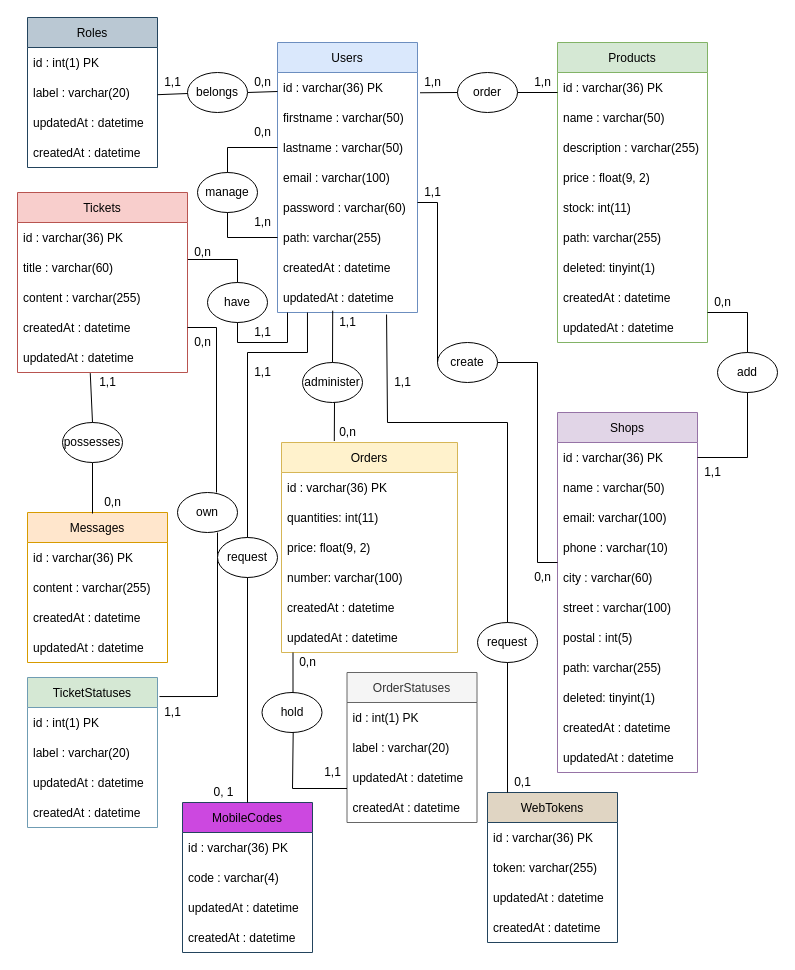
The draw.io diagram Diagrammes/MCD.drawio in KadenHD/DragNReceive_General, before the edit. Source tidied: cells renumbered, new cells numbered last; positions are measured from the earlier drawing's top-left corner, leaving out a move shared by most shapes. Both pictures are drawn from the tidied source at 100%, with x=0, y=0 at pixel (17, 17).
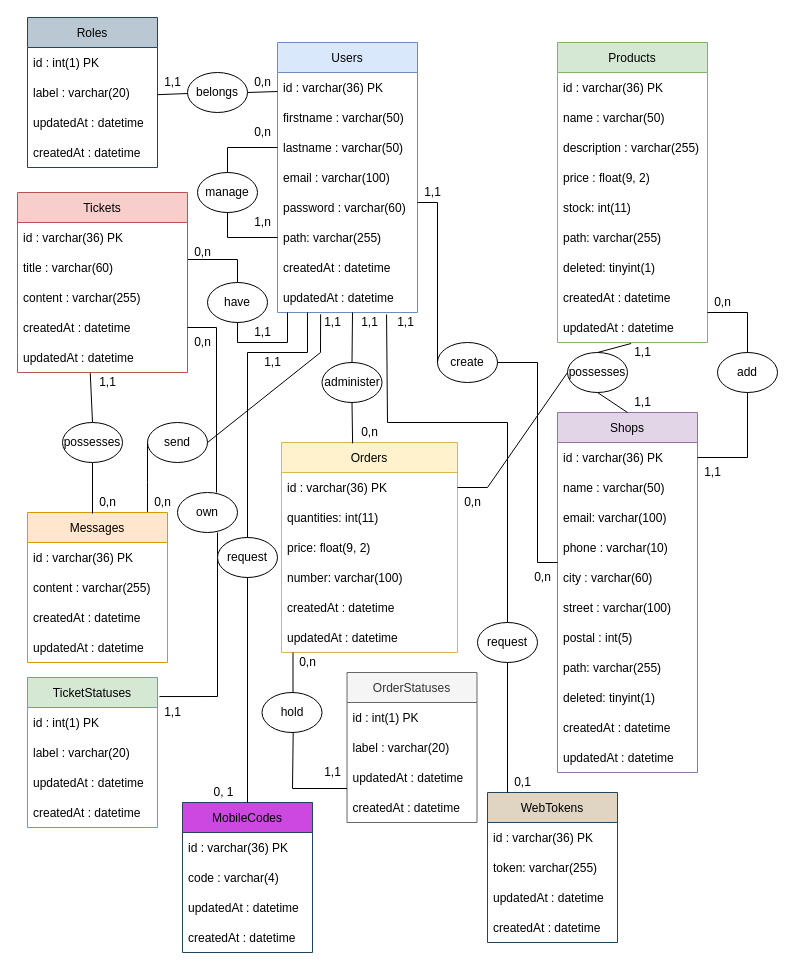
The same diagram, later.

The change refers to these unchanged cells:
```xml
<mxCell id="3" value="id : varchar(36) PK" style="text;strokeColor=none;fillColor=none;align=left;verticalAlign=middle;spacingLeft=4;spacingRight=4;overflow=hidden;points=[[0,0.5],[1,0.5]];portConstraint=eastwest;" parent="2" vertex="1">
  <mxGeometry y="30" width="140" height="30" as="geometry" />
</mxCell>
<mxCell id="10" value="updatedAt : datetime" style="text;strokeColor=none;fillColor=none;align=left;verticalAlign=middle;spacingLeft=4;spacingRight=4;overflow=hidden;points=[[0,0.5],[1,0.5]];portConstraint=eastwest;" parent="2" vertex="1">
  <mxGeometry y="240" width="140" height="30" as="geometry" />
</mxCell>
<mxCell id="23" value="Messages" style="swimlane;fontStyle=0;horizontal=1;startSize=30;fillColor=#ffe6cc;strokeColor=#d79b00;" parent="1" vertex="1">
  <mxGeometry x="10" y="495" width="140" height="150" as="geometry" />
</mxCell>
<mxCell id="28" value="Shops" style="swimlane;fontStyle=0;horizontal=1;startSize=30;fillColor=#e1d5e7;strokeColor=#9673a6;" parent="1" vertex="1">
  <mxGeometry x="540" y="395" width="140" height="360" as="geometry" />
</mxCell>
<mxCell id="49" value="updatedAt : datetime" style="text;strokeColor=none;fillColor=none;align=left;verticalAlign=middle;spacingLeft=4;spacingRight=4;overflow=hidden;points=[[0,0.5],[1,0.5]];portConstraint=eastwest;" parent="40" vertex="1">
  <mxGeometry y="270" width="150" height="30" as="geometry" />
</mxCell>
<mxCell id="83" value="Orders" style="swimlane;fontStyle=0;horizontal=1;startSize=30;fillColor=#fff2cc;strokeColor=#d6b656;" parent="1" vertex="1">
  <mxGeometry x="264" y="425" width="176" height="210" as="geometry" />
</mxCell>
<mxCell id="84" value="id : varchar(36) PK" style="text;strokeColor=none;fillColor=none;align=left;verticalAlign=middle;spacingLeft=4;spacingRight=4;overflow=hidden;points=[[0,0.5],[1,0.5]];portConstraint=eastwest;" parent="83" vertex="1">
  <mxGeometry y="30" width="176" height="30" as="geometry" />
</mxCell>
```

What changed in the source:
```diff
@@
     <mxCell id="56" value="0,n" style="text;html=1;align=center;verticalAlign=middle;strokeColor=none;fillColor=none;" parent="1" vertex="1">
-      <mxGeometry x="80" y="475" width="30" height="20" as="geometry" />
+      <mxGeometry x="75" y="475" width="30" height="20" as="geometry" />
     </mxCell>
@@
-    <mxCell id="67" value="order" style="ellipse;whiteSpace=wrap;html=1;" parent="1" vertex="1">
-      <mxGeometry x="440" y="55" width="60" height="40" as="geometry" />
-    </mxCell>
-    <mxCell id="68" style="endArrow=none;html=1;rounded=0;exitX=1;exitY=0.5;exitDx=0;exitDy=0;" parent="1" edge="1" source="67">
-      <mxGeometry relative="1" as="geometry">
-        <mxPoint x="540" y="75" as="targetPoint" />
-      </mxGeometry>
-    </mxCell>
-    <mxCell id="69" style="endArrow=none;html=1;rounded=0;exitX=1.018;exitY=0.676;exitDx=0;exitDy=0;entryX=0;entryY=0.5;entryDx=0;entryDy=0;exitPerimeter=0;" parent="1" edge="1" source="3" target="67">
-      <mxGeometry relative="1" as="geometry" />
-    </mxCell>
-    <mxCell id="70" value="1,n" style="text;html=1;align=center;verticalAlign=middle;strokeColor=none;fillColor=none;" parent="1" vertex="1">
-      <mxGeometry x="510" y="55" width="30" height="20" as="geometry" />
-    </mxCell>
-    <mxCell id="71" value="1,n" style="text;html=1;align=center;verticalAlign=middle;strokeColor=none;fillColor=none;" parent="1" vertex="1">
-      <mxGeometry x="400" y="55" width="30" height="20" as="geometry" />
-    </mxCell>
@@
     <mxCell id="117" value="administer" style="ellipse;whiteSpace=wrap;html=1;" parent="1" vertex="1">
-      <mxGeometry x="285" y="345" width="60" height="40" as="geometry" />
+      <mxGeometry x="304.5" y="345" width="60" height="40" as="geometry" />
     </mxCell>
     <mxCell id="118" value="1,1" style="text;html=1;align=center;verticalAlign=middle;points=[];strokeColor=none;fillColor=none;" parent="1" vertex="1">
-      <mxGeometry x="315" y="295" width="30" height="20" as="geometry" />
+      <mxGeometry x="337" y="295" width="30" height="20" as="geometry" />
     </mxCell>
     <mxCell id="119" value="0,n" style="text;html=1;align=center;verticalAlign=middle;strokeColor=none;fillColor=none;" parent="1" vertex="1">
-      <mxGeometry x="315" y="405" width="30" height="20" as="geometry" />
+      <mxGeometry x="337" y="405" width="30" height="20" as="geometry" />
     </mxCell>
@@
     <mxCell id="123" value="1,1" style="text;html=1;align=center;verticalAlign=middle;strokeColor=none;fillColor=none;" parent="1" vertex="1">
-      <mxGeometry x="370" y="355" width="30" height="20" as="geometry" />
+      <mxGeometry x="373" y="295" width="30" height="20" as="geometry" />
     </mxCell>
@@
-    <mxCell id="125" style="endArrow=none;html=1;rounded=0;exitX=0.007;exitY=-0.09;exitDx=0;exitDy=0;entryX=0.5;entryY=0;entryDx=0;entryDy=0;exitPerimeter=0;" parent="1" edge="1" source="118" target="117">
-      <mxGeometry relative="1" as="geometry" />
+    <mxCell id="125" style="endArrow=none;html=1;rounded=0;entryX=0.5;entryY=0;entryDx=0;entryDy=0;" parent="1" edge="1" target="117">
+      <mxGeometry relative="1" as="geometry">
+        <mxPoint x="335" y="295" as="sourcePoint" />
+      </mxGeometry>
     </mxCell>
-    <mxCell id="126" style="endArrow=none;html=1;rounded=0;entryX=0.3;entryY=-0.007;entryDx=0;entryDy=0;entryPerimeter=0;" parent="1" edge="1" target="83">
-      <mxGeometry relative="1" as="geometry">
-        <mxPoint x="317" y="385" as="sourcePoint" />
-      </mxGeometry>
+    <mxCell id="126" style="endArrow=none;html=1;rounded=0;entryX=0.404;entryY=0.004;entryDx=0;entryDy=0;entryPerimeter=0;exitX=0.5;exitY=1;exitDx=0;exitDy=0;" parent="1" edge="1" source="117" target="83">
+      <mxGeometry relative="1" as="geometry" />
     </mxCell>
@@
     <mxCell id="135" value="1,1" style="text;html=1;align=center;verticalAlign=middle;strokeColor=none;fillColor=none;" parent="1" vertex="1">
-      <mxGeometry x="230" y="345" width="30" height="20" as="geometry" />
+      <mxGeometry x="240" y="335" width="30" height="20" as="geometry" />
     </mxCell>
@@
+    <mxCell id="137" value="possesses" style="ellipse;whiteSpace=wrap;html=1;" parent="1" vertex="1">
+      <mxGeometry x="550" y="335" width="60" height="40" as="geometry" />
+    </mxCell>
+    <mxCell id="138" style="endArrow=none;html=1;rounded=0;entryX=0.5;entryY=0;entryDx=0;entryDy=0;exitX=0.491;exitY=1.033;exitDx=0;exitDy=0;exitPerimeter=0;" parent="1" edge="1" source="49" target="137">
+      <mxGeometry relative="1" as="geometry" />
+    </mxCell>
+    <mxCell id="139" style="endArrow=none;html=1;rounded=0;entryX=0.5;entryY=1;entryDx=0;entryDy=0;exitX=0.5;exitY=0;exitDx=0;exitDy=0;" parent="1" edge="1" source="28" target="137">
+      <mxGeometry relative="1" as="geometry" />
+    </mxCell>
+    <mxCell id="140" style="endArrow=none;html=1;rounded=0;entryX=0;entryY=0.5;entryDx=0;entryDy=0;exitX=1;exitY=0.5;exitDx=0;exitDy=0;" parent="1" edge="1" source="84" target="137">
+      <mxGeometry relative="1" as="geometry">
+        <Array as="points">
+          <mxPoint x="470" y="470" />
+        </Array>
+      </mxGeometry>
+    </mxCell>
+    <mxCell id="141" value="0,n" style="text;html=1;align=center;verticalAlign=middle;strokeColor=none;fillColor=none;" parent="1" vertex="1">
+      <mxGeometry x="440" y="475" width="30" height="20" as="geometry" />
+    </mxCell>
+    <mxCell id="142" value="1,1" style="text;html=1;align=center;verticalAlign=middle;strokeColor=none;fillColor=none;" parent="1" vertex="1">
+      <mxGeometry x="610" y="325" width="30" height="20" as="geometry" />
+    </mxCell>
+    <mxCell id="143" value="1,1" style="text;html=1;align=center;verticalAlign=middle;strokeColor=none;fillColor=none;" parent="1" vertex="1">
+      <mxGeometry x="610" y="375" width="30" height="20" as="geometry" />
+    </mxCell>
+    <mxCell id="144" value="send" style="ellipse;whiteSpace=wrap;html=1;" parent="1" vertex="1">
+      <mxGeometry x="130" y="405" width="60" height="40" as="geometry" />
+    </mxCell>
+    <mxCell id="145" style="endArrow=none;html=1;rounded=0;entryX=0;entryY=0.5;entryDx=0;entryDy=0;exitX=0.857;exitY=-0.004;exitDx=0;exitDy=0;exitPerimeter=0;" parent="1" edge="1" source="23" target="144">
+      <mxGeometry relative="1" as="geometry">
+        <Array as="points">
+          <mxPoint x="130" y="465" />
+        </Array>
+      </mxGeometry>
+    </mxCell>
+    <mxCell id="146" value="0,n" style="text;html=1;align=center;verticalAlign=middle;strokeColor=none;fillColor=none;" parent="1" vertex="1">
+      <mxGeometry x="130" y="475" width="30" height="20" as="geometry" />
+    </mxCell>
+    <mxCell id="147" style="endArrow=none;html=1;rounded=0;entryX=1;entryY=0.5;entryDx=0;entryDy=0;exitX=0.308;exitY=1.061;exitDx=0;exitDy=0;exitPerimeter=0;" parent="1" edge="1" source="10" target="144">
+      <mxGeometry relative="1" as="geometry">
+        <Array as="points">
+          <mxPoint x="303" y="335" />
+        </Array>
+      </mxGeometry>
+    </mxCell>
+    <mxCell id="148" value="1,1" style="text;html=1;align=center;verticalAlign=middle;strokeColor=none;fillColor=none;" parent="1" vertex="1">
+      <mxGeometry x="299.5" y="295" width="30" height="20" as="geometry" />
+    </mxCell>
```
